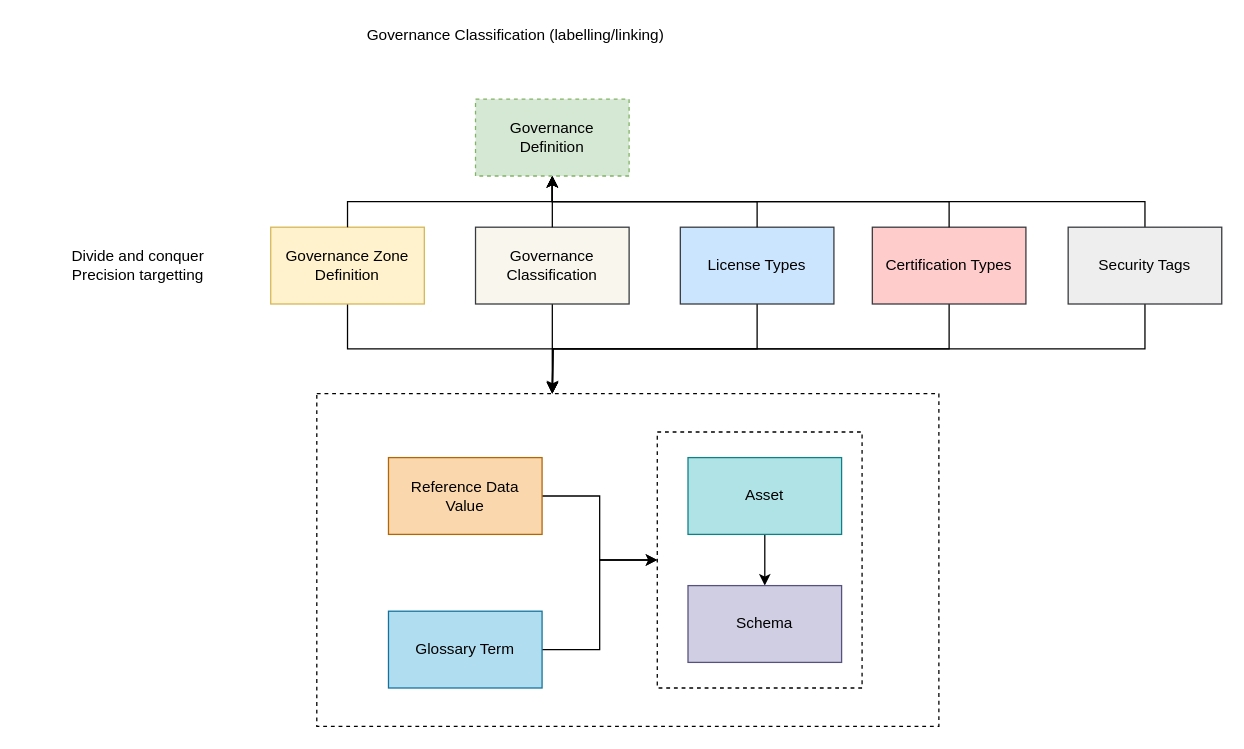
Earlier version of the draw.io diagram page "governance-classifications" (5 of 7) of site/docs/guides/planning/governance-program/governance-program-planning.drawio (odpi/egeria-docs). Source tidied: cells renumbered, new cells numbered last; positions are measured from the earlier drawing's top-left corner, leaving out a move shared by most shapes. Both pictures are drawn from the tidied source at 128%, with x=0, y=0 at pixel (60, 22).
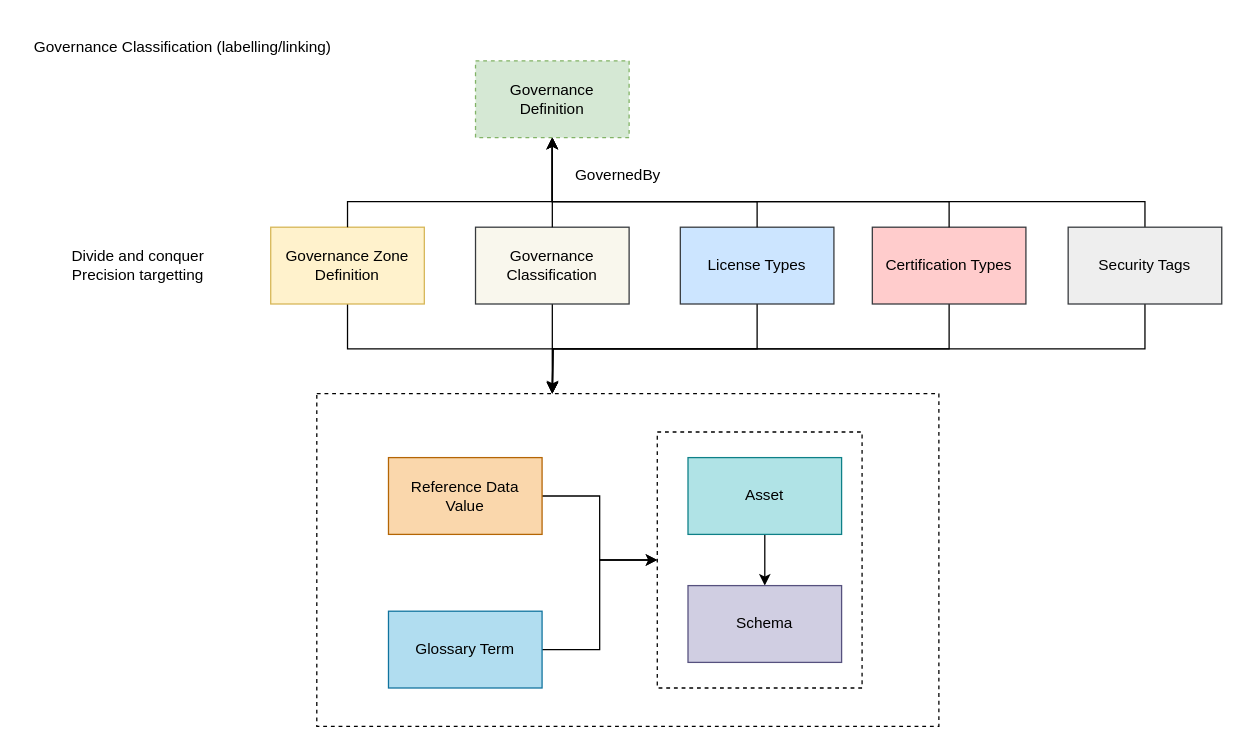
The same page after the edit.

Unchanged cells that the change refers to:
```xml
<mxCell id="8" value="Governance Zone&lt;br&gt;Definition" style="rounded=0;whiteSpace=wrap;html=1;align=center;fillColor=#fff2cc;strokeColor=#d6b656;" parent="1" vertex="1">
  <mxGeometry x="164" y="160" width="120" height="60" as="geometry" />
</mxCell>
<mxCell id="15" value="Certification Types" style="rounded=0;whiteSpace=wrap;html=1;align=center;fillColor=#ffcccc;strokeColor=#36393d;" parent="1" vertex="1">
  <mxGeometry x="634" y="160" width="120" height="60" as="geometry" />
</mxCell>
<mxCell id="28" value="Security Tags" style="rounded=0;whiteSpace=wrap;html=1;align=center;fillColor=#eeeeee;strokeColor=#36393d;" parent="1" vertex="1">
  <mxGeometry x="787" y="160" width="120" height="60" as="geometry" />
</mxCell>
```

Change to the diagram source:
```diff
@@
     <mxCell id="9" value="Governance Classification (labelling/linking)" style="text;html=1;align=center;verticalAlign=middle;" parent="1" vertex="1">
-      <mxGeometry x="230" width="250" height="20" as="geometry" />
+      <mxGeometry x="-30" y="10" width="250" height="20" as="geometry" />
     </mxCell>
@@
     <mxCell id="16" style="edgeStyle=orthogonalEdgeStyle;rounded=0;jettySize=auto;html=1;exitX=0.5;exitY=1;exitDx=0;exitDy=0;startArrow=classic;startFill=1;endArrow=none;endFill=0;" parent="1" edge="1" source="21" target="8">
-      <mxGeometry relative="1" as="geometry" />
+      <mxGeometry relative="1" as="geometry">
+        <Array as="points">
+          <mxPoint x="384" y="140" />
+          <mxPoint x="224" y="140" />
+        </Array>
+      </mxGeometry>
     </mxCell>
     <mxCell id="17" style="edgeStyle=orthogonalEdgeStyle;rounded=0;jettySize=auto;html=1;exitX=0.5;exitY=1;exitDx=0;exitDy=0;startArrow=classic;startFill=1;endArrow=none;endFill=0;" parent="1" edge="1" source="21" target="15">
-      <mxGeometry relative="1" as="geometry" />
+      <mxGeometry relative="1" as="geometry">
+        <Array as="points">
+          <mxPoint x="384" y="140" />
+          <mxPoint x="694" y="140" />
+        </Array>
+      </mxGeometry>
     </mxCell>
@@
     <mxCell id="20" style="edgeStyle=orthogonalEdgeStyle;rounded=0;jettySize=auto;html=1;exitX=0.5;exitY=1;exitDx=0;exitDy=0;startArrow=classic;startFill=1;endArrow=none;endFill=0;" parent="1" edge="1" source="21" target="28">
-      <mxGeometry relative="1" as="geometry" />
+      <mxGeometry relative="1" as="geometry">
+        <Array as="points">
+          <mxPoint x="384" y="140" />
+          <mxPoint x="847" y="140" />
+        </Array>
+      </mxGeometry>
     </mxCell>
     <mxCell id="21" value="Governance&lt;br&gt;Definition" style="rounded=0;whiteSpace=wrap;html=1;align=center;fillColor=#d5e8d4;strokeColor=#82b366;dashed=1;" parent="1" vertex="1">
-      <mxGeometry x="324" y="60" width="120" height="60" as="geometry" />
+      <mxGeometry x="324" y="30" width="120" height="60" as="geometry" />
     </mxCell>
@@
+    <mxCell id="29" value="GovernedBy" style="text;html=1;align=center;verticalAlign=middle;strokeColor=none;fillColor=none;" parent="1" vertex="1">
+      <mxGeometry x="390" y="105" width="90" height="30" as="geometry" />
+    </mxCell>
```
